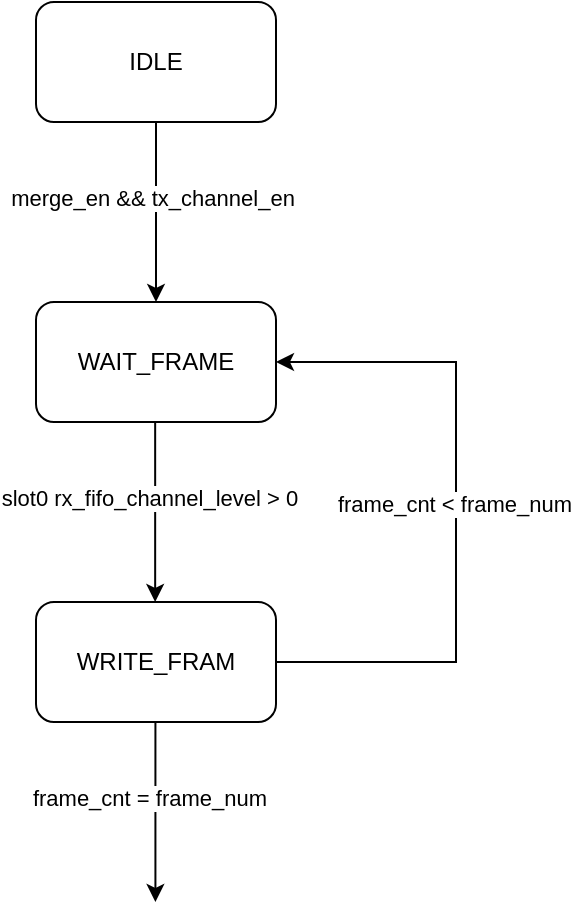
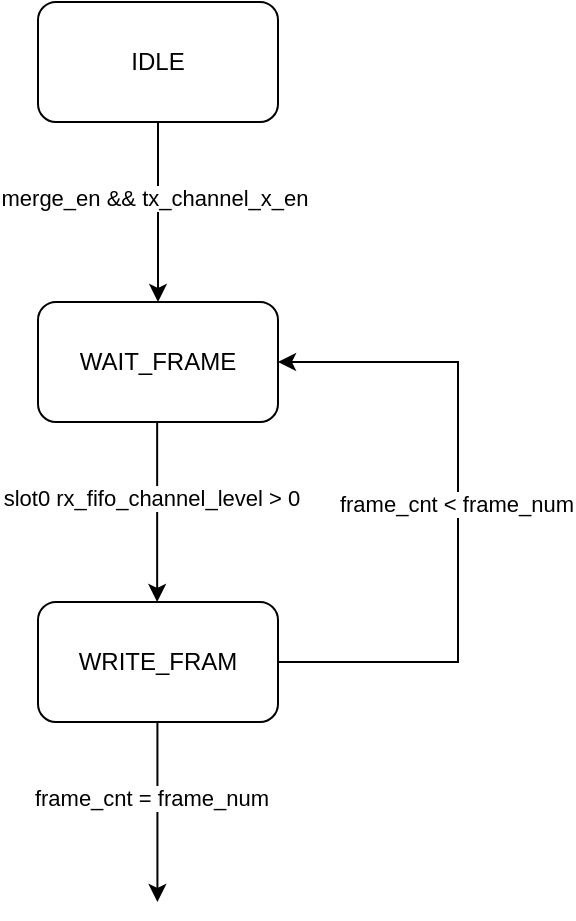
<mxfile host="app.diagrams.net">
  <diagram name="第 1 页" id="XjHAFqP7SQ1ti1ibUdli">
-     <mxGraphModel dx="808" dy="455" grid="1" gridSize="10" guides="1" tooltips="1" connect="1" arrows="1" fold="1" page="1" pageScale="1" pageWidth="827" pageHeight="1169" math="0" shadow="0">
+     <mxGraphModel dx="595" dy="336" grid="1" gridSize="10" guides="1" tooltips="1" connect="1" arrows="1" fold="1" page="1" pageScale="1" pageWidth="827" pageHeight="1169" math="0" shadow="0">
      <root>
        <mxCell id="0" />
        <mxCell id="1" parent="0" />
        <mxCell id="F9P4_Q8i71CQrRzi8wBo-1" parent="1" style="rounded=1;whiteSpace=wrap;html=1;" value="IDLE" vertex="1">
          <mxGeometry height="60" width="120" x="330" y="60" as="geometry" />
        </mxCell>
        <mxCell id="F9P4_Q8i71CQrRzi8wBo-2" edge="1" parent="1" source="F9P4_Q8i71CQrRzi8wBo-1" style="endArrow=classic;html=1;rounded=0;exitX=0.5;exitY=1;exitDx=0;exitDy=0;" value="">
          <mxGeometry height="50" relative="1" width="50" as="geometry">
            <mxPoint x="400" y="240" as="sourcePoint" />
            <mxPoint x="390" y="210" as="targetPoint" />
          </mxGeometry>
        </mxCell>
-         <mxCell id="F9P4_Q8i71CQrRzi8wBo-3" connectable="0" parent="F9P4_Q8i71CQrRzi8wBo-2" style="edgeLabel;html=1;align=center;verticalAlign=middle;resizable=0;points=[];" value="merge_en &amp;amp;&amp;amp; tx_channel_en" vertex="1">
+         <mxCell id="F9P4_Q8i71CQrRzi8wBo-3" connectable="0" parent="F9P4_Q8i71CQrRzi8wBo-2" style="edgeLabel;html=1;align=center;verticalAlign=middle;resizable=0;points=[];" value="merge_en &amp;amp;&amp;amp; tx_channel_x_en" vertex="1">
          <mxGeometry relative="1" x="-0.163" y="-2" as="geometry">
            <mxPoint as="offset" />
          </mxGeometry>
        </mxCell>
        <mxCell id="F9P4_Q8i71CQrRzi8wBo-4" parent="1" style="rounded=1;whiteSpace=wrap;html=1;" value="WAIT_FRAME" vertex="1">
          <mxGeometry height="60" width="120" x="330" y="210" as="geometry" />
        </mxCell>
        <mxCell id="F9P4_Q8i71CQrRzi8wBo-5" edge="1" parent="1" style="endArrow=classic;html=1;rounded=0;exitX=0.5;exitY=1;exitDx=0;exitDy=0;" value="">
          <mxGeometry height="50" relative="1" width="50" as="geometry">
            <mxPoint x="389.58" y="270" as="sourcePoint" />
            <mxPoint x="389.58" y="360" as="targetPoint" />
          </mxGeometry>
        </mxCell>
        <mxCell id="F9P4_Q8i71CQrRzi8wBo-6" connectable="0" parent="F9P4_Q8i71CQrRzi8wBo-5" style="edgeLabel;html=1;align=center;verticalAlign=middle;resizable=0;points=[];" value="slot0 rx_fifo_channel_level &amp;gt; 0&amp;nbsp;" vertex="1">
          <mxGeometry relative="1" x="-0.163" y="-2" as="geometry">
            <mxPoint as="offset" />
          </mxGeometry>
        </mxCell>
        <mxCell id="F9P4_Q8i71CQrRzi8wBo-7" parent="1" style="rounded=1;whiteSpace=wrap;html=1;" value="WRITE_FRAM" vertex="1">
          <mxGeometry height="60" width="120" x="330" y="360" as="geometry" />
        </mxCell>
        <mxCell id="F9P4_Q8i71CQrRzi8wBo-8" edge="1" parent="1" source="F9P4_Q8i71CQrRzi8wBo-7" style="endArrow=classic;html=1;rounded=0;exitX=1;exitY=0.5;exitDx=0;exitDy=0;entryX=1;entryY=0.5;entryDx=0;entryDy=0;edgeStyle=orthogonalEdgeStyle;" target="F9P4_Q8i71CQrRzi8wBo-4" value="">
          <mxGeometry height="50" relative="1" width="50" as="geometry">
            <Array as="points">
              <mxPoint x="540" y="390" />
              <mxPoint x="540" y="240" />
            </Array>
            <mxPoint x="490" y="400" as="sourcePoint" />
            <mxPoint x="540" y="350" as="targetPoint" />
          </mxGeometry>
        </mxCell>
        <mxCell id="F9P4_Q8i71CQrRzi8wBo-9" connectable="0" parent="F9P4_Q8i71CQrRzi8wBo-8" style="edgeLabel;html=1;align=center;verticalAlign=middle;resizable=0;points=[];" value="frame_cnt &amp;lt; frame_num" vertex="1">
          <mxGeometry relative="1" x="0.0261" y="1" as="geometry">
            <mxPoint as="offset" />
          </mxGeometry>
        </mxCell>
        <mxCell id="F9P4_Q8i71CQrRzi8wBo-10" edge="1" parent="1" style="endArrow=classic;html=1;rounded=0;exitX=0.5;exitY=1;exitDx=0;exitDy=0;" value="">
          <mxGeometry height="50" relative="1" width="50" as="geometry">
            <mxPoint x="389.71" y="420" as="sourcePoint" />
            <mxPoint x="389.71" y="510" as="targetPoint" />
          </mxGeometry>
        </mxCell>
        <mxCell id="F9P4_Q8i71CQrRzi8wBo-11" connectable="0" parent="F9P4_Q8i71CQrRzi8wBo-10" style="edgeLabel;html=1;align=center;verticalAlign=middle;resizable=0;points=[];" value="frame_cnt = frame_num&amp;nbsp;" vertex="1">
          <mxGeometry relative="1" x="-0.163" y="-2" as="geometry">
            <mxPoint as="offset" />
          </mxGeometry>
        </mxCell>
      </root>
    </mxGraphModel>
  </diagram>
</mxfile>
